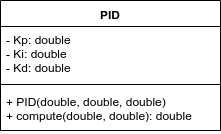
Before: UML_diagram_TDD.png, a diagram exported from draw.io (satyarth934/cpp-boilerplate). Source tidied: cells renumbered, new cells last; positions are measured from the earlier drawing's top-left corner, leaving out a move shared by most shapes.
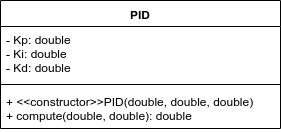
After the change.

Commit message:
Updating the constructor representation of the Class Diagram.

Diff of the diagram source:
```diff
@@ -3,16 +3,16 @@
     <mxCell id="0" />
     <mxCell id="1" parent="0" />
     <mxCell id="2" value="PID" style="swimlane;fontStyle=1;align=center;verticalAlign=top;horizontal=1;startSize=26;" parent="1" vertex="1">
-      <mxGeometry width="220" height="130" as="geometry" />
+      <mxGeometry width="280" height="128" as="geometry" />
     </mxCell>
     <mxCell id="3" value="- Kp: double&#10;- Ki: double&#10;- Kd: double&#10;" style="text;strokeColor=none;fillColor=none;align=left;verticalAlign=top;spacingLeft=4;spacingRight=4;overflow=hidden;" parent="2" vertex="1">
-      <mxGeometry y="26" width="220" height="54" as="geometry" />
+      <mxGeometry y="26" width="280" height="54" as="geometry" />
     </mxCell>
     <mxCell id="4" style="line;strokeWidth=1;fillColor=none;align=left;verticalAlign=middle;spacingTop=-1;spacingLeft=3;spacingRight=3;labelPosition=right;" parent="2" vertex="1">
-      <mxGeometry y="80" width="220" height="8" as="geometry" />
+      <mxGeometry y="80" width="280" height="8" as="geometry" />
     </mxCell>
-    <mxCell id="5" value="+ PID(double, double, double)&#10;+ compute(double, double): double" style="text;strokeColor=none;fillColor=none;align=left;verticalAlign=top;spacingLeft=4;spacingRight=4;overflow=hidden;" parent="2" vertex="1">
-      <mxGeometry y="88" width="220" height="42" as="geometry" />
+    <mxCell id="5" value="+ &lt;&lt;constructor&gt;&gt;PID(double, double, double)&#10;+ compute(double, double): double" style="text;strokeColor=none;fillColor=none;align=left;verticalAlign=top;spacingLeft=4;spacingRight=4;overflow=hidden;" parent="2" vertex="1">
+      <mxGeometry y="88" width="280" height="40" as="geometry" />
     </mxCell>
   </root>
 </mxGraphModel>
```
